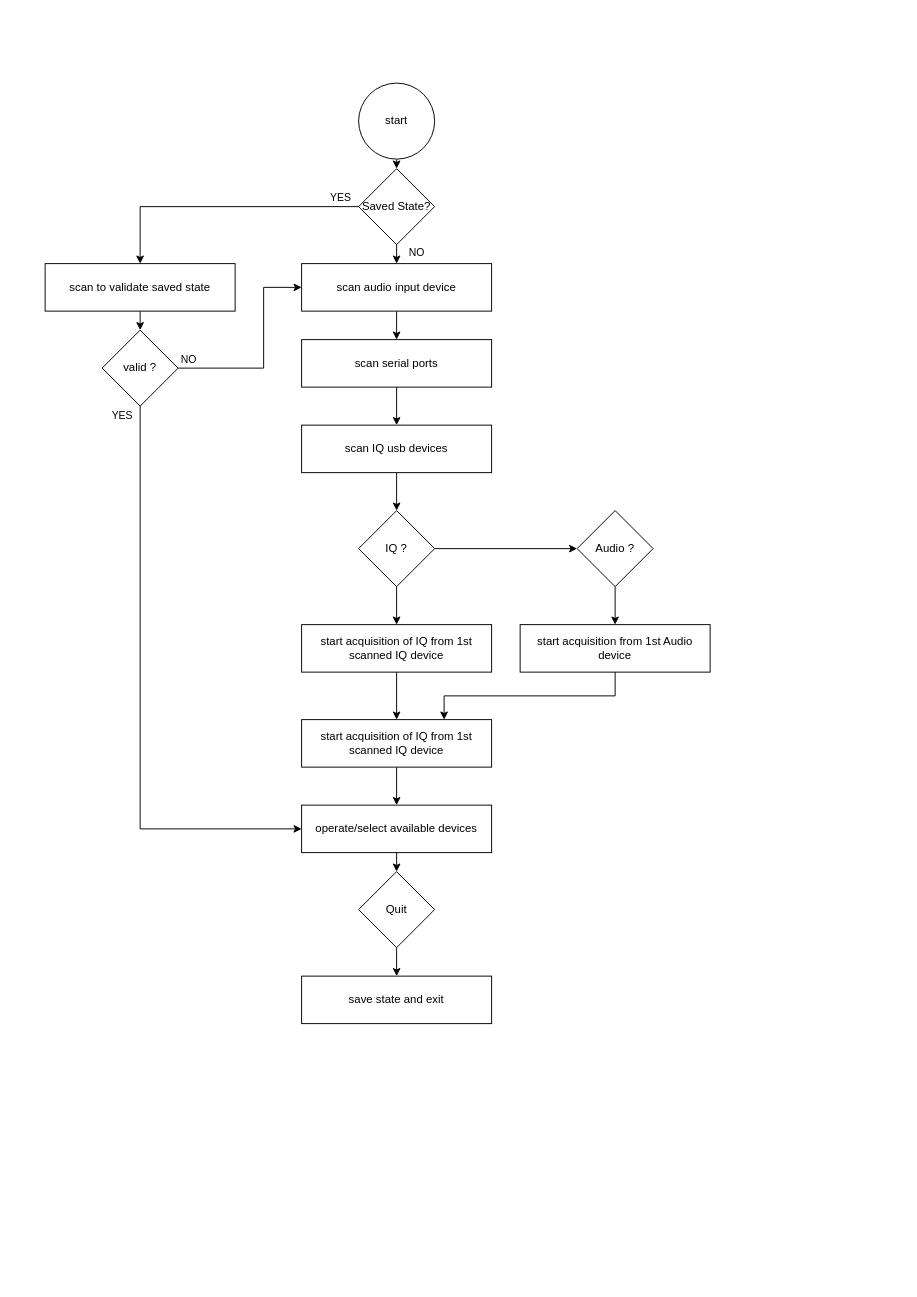
The draw.io diagram docs/CM5-sdr-backend-flowchart.drawio in dielectric-coder/efd-station, before the edit. Source tidied: cells renumbered, new cells numbered last; positions are measured from the earlier drawing's top-left corner, leaving out a move shared by most shapes. Both pictures are drawn from the tidied source at 95%, with x=0, y=0 at pixel (45, 83).
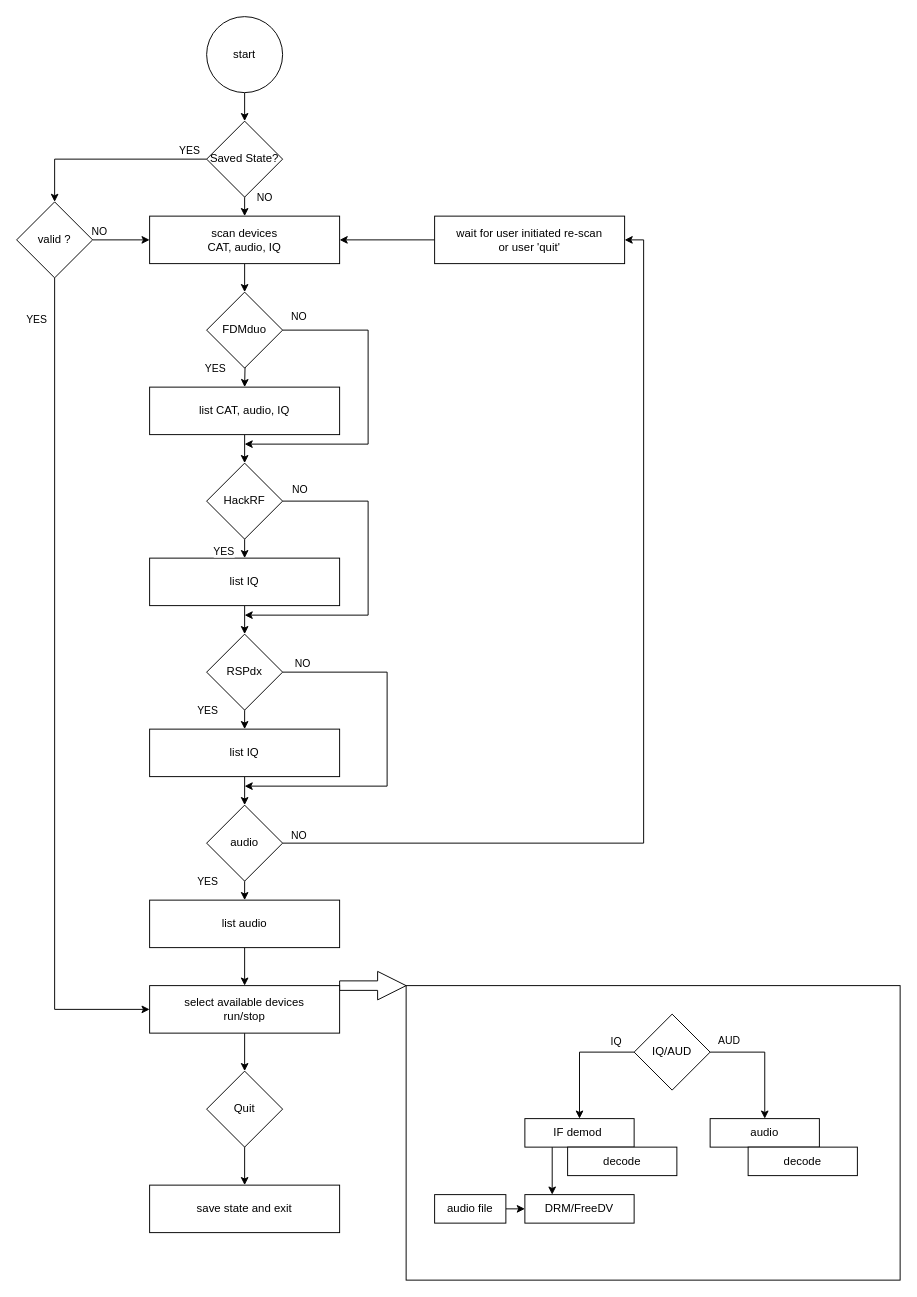
After the change.

Commit message (it also covers changes not shown here):
feat(station): 0.10.0 — runtime AUD device picker + drawio alignment

Unchanged cells that the change refers to:
```xml
<mxCell id="21" style="edgeStyle=orthogonalEdgeStyle;rounded=0;jettySize=auto;html=1;exitX=0.5;exitY=1;exitDx=0;exitDy=0;entryX=0.5;entryY=0;entryDx=0;entryDy=0;" parent="1" edge="1" source="23" target="3">
  <mxGeometry relative="1" as="geometry" />
</mxCell>
<mxCell id="35" style="edgeStyle=orthogonalEdgeStyle;rounded=0;jettySize=auto;html=1;exitX=0.5;exitY=1;exitDx=0;exitDy=0;entryX=0;entryY=0.5;entryDx=0;entryDy=0;" parent="1" edge="1" source="37" target="29">
  <mxGeometry relative="1" as="geometry" />
</mxCell>
```

The edit, as a diff of the source:
```diff
@@
+    <mxCell id="38" style="rounded=0;whiteSpace=wrap;html=1;" parent="1" vertex="1">
+      <mxGeometry x="380" y="950" width="520" height="310" as="geometry" />
+    </mxCell>
-    <mxCell id="2" style="edgeStyle=orthogonalEdgeStyle;rounded=0;jettySize=auto;html=1;exitX=0.5;exitY=1;exitDx=0;exitDy=0;entryX=0.5;entryY=0;entryDx=0;entryDy=0;" parent="1" edge="1" source="3" target="5">
-      <mxGeometry relative="1" as="geometry" />
+    <mxCell id="2" style="edgeStyle=orthogonalEdgeStyle;rounded=0;jettySize=auto;html=1;exitX=0.5;exitY=1;exitDx=0;exitDy=0;entryX=0.5;entryY=0;entryDx=0;entryDy=0;" parent="1" edge="1" source="3">
+      <mxGeometry relative="1" as="geometry">
+        <mxPoint x="210" y="220" as="targetPoint" />
+      </mxGeometry>
     </mxCell>
-    <mxCell id="3" value="scan audio input device" style="rounded=0;whiteSpace=wrap;html=1;" parent="1" vertex="1">
-      <mxGeometry x="270" y="190" width="200" height="50" as="geometry" />
+    <mxCell id="3" value="scan devices&lt;div&gt;CAT, audio, IQ&lt;/div&gt;" style="rounded=0;whiteSpace=wrap;html=1;" parent="1" vertex="1">
+      <mxGeometry x="110" y="140" width="200" height="50" as="geometry" />
     </mxCell>
-    <mxCell id="4" style="edgeStyle=orthogonalEdgeStyle;rounded=0;jettySize=auto;html=1;exitX=0.5;exitY=1;exitDx=0;exitDy=0;entryX=0.5;entryY=0;entryDx=0;entryDy=0;" parent="1" edge="1" source="5" target="7">
-      <mxGeometry relative="1" as="geometry" />
+    <mxCell id="4" style="edgeStyle=orthogonalEdgeStyle;rounded=0;jettySize=auto;html=1;exitX=0.5;exitY=1;exitDx=0;exitDy=0;entryX=0.5;entryY=0;entryDx=0;entryDy=0;" parent="1" edge="1" target="7">
+      <mxGeometry relative="1" as="geometry">
+        <mxPoint x="210" y="270" as="sourcePoint" />
+      </mxGeometry>
     </mxCell>
-    <mxCell id="5" value="scan serial ports" style="rounded=0;whiteSpace=wrap;html=1;" parent="1" vertex="1">
-      <mxGeometry x="270" y="270" width="200" height="50" as="geometry" />
-    </mxCell>
-    <mxCell id="6" style="edgeStyle=orthogonalEdgeStyle;rounded=0;jettySize=auto;html=1;exitX=0.5;exitY=1;exitDx=0;exitDy=0;entryX=0.5;entryY=0;entryDx=0;entryDy=0;" parent="1" edge="1" source="7" target="12">
-      <mxGeometry relative="1" as="geometry" />
+    <mxCell id="6" style="edgeStyle=orthogonalEdgeStyle;rounded=0;jettySize=auto;html=1;exitX=0.5;exitY=1;exitDx=0;exitDy=0;entryX=0.5;entryY=0;entryDx=0;entryDy=0;" parent="1" edge="1" source="7">
+      <mxGeometry relative="1" as="geometry">
+        <mxPoint x="210" y="400" as="targetPoint" />
+      </mxGeometry>
     </mxCell>
-    <mxCell id="7" value="scan IQ usb devices" style="rounded=0;whiteSpace=wrap;html=1;" parent="1" vertex="1">
-      <mxGeometry x="270" y="360" width="200" height="50" as="geometry" />
+    <mxCell id="7" value="list CAT, audio, IQ" style="rounded=0;whiteSpace=wrap;html=1;" parent="1" vertex="1">
+      <mxGeometry x="110" y="320" width="200" height="50" as="geometry" />
     </mxCell>
-    <mxCell id="8" style="edgeStyle=orthogonalEdgeStyle;rounded=0;jettySize=auto;html=1;exitX=0.5;exitY=1;exitDx=0;exitDy=0;entryX=0.5;entryY=0;entryDx=0;entryDy=0;" parent="1" edge="1" source="9" target="27">
-      <mxGeometry relative="1" as="geometry" />
-    </mxCell>
-    <mxCell id="9" value="start acquisition of IQ from 1st scanned IQ device" style="rounded=0;whiteSpace=wrap;html=1;" parent="1" vertex="1">
-      <mxGeometry x="270" y="570" width="200" height="50" as="geometry" />
-    </mxCell>
-    <mxCell id="10" style="edgeStyle=orthogonalEdgeStyle;rounded=0;jettySize=auto;html=1;exitX=0.5;exitY=1;exitDx=0;exitDy=0;entryX=0.5;entryY=0;entryDx=0;entryDy=0;" parent="1" edge="1" source="12" target="9">
-      <mxGeometry relative="1" as="geometry" />
-    </mxCell>
-    <mxCell id="11" style="edgeStyle=orthogonalEdgeStyle;rounded=0;jettySize=auto;html=1;exitX=1;exitY=0.5;exitDx=0;exitDy=0;entryX=0;entryY=0.5;entryDx=0;entryDy=0;" parent="1" edge="1" source="12" target="14">
-      <mxGeometry relative="1" as="geometry" />
-    </mxCell>
-    <mxCell id="12" value="IQ ?" style="rhombus;whiteSpace=wrap;html=1;" parent="1" vertex="1">
-      <mxGeometry x="330" y="450" width="80" height="80" as="geometry" />
-    </mxCell>
-    <mxCell id="13" style="edgeStyle=orthogonalEdgeStyle;rounded=0;jettySize=auto;html=1;exitX=0.5;exitY=1;exitDx=0;exitDy=0;entryX=0.5;entryY=0;entryDx=0;entryDy=0;" parent="1" edge="1" source="14" target="16">
-      <mxGeometry relative="1" as="geometry" />
-    </mxCell>
-    <mxCell id="14" value="Audio ?" style="rhombus;whiteSpace=wrap;html=1;" parent="1" vertex="1">
-      <mxGeometry x="560" y="450" width="80" height="80" as="geometry" />
-    </mxCell>
-    <mxCell id="15" style="edgeStyle=orthogonalEdgeStyle;rounded=0;jettySize=auto;html=1;exitX=0.5;exitY=1;exitDx=0;exitDy=0;entryX=0.75;entryY=0;entryDx=0;entryDy=0;" parent="1" edge="1" source="16" target="27">
-      <mxGeometry relative="1" as="geometry" />
-    </mxCell>
-    <mxCell id="16" value="start acquisition from 1st Audio device" style="rounded=0;whiteSpace=wrap;html=1;" parent="1" vertex="1">
-      <mxGeometry x="500" y="570" width="200" height="50" as="geometry" />
-    </mxCell>
@@
     <mxCell id="18" value="start" style="ellipse;whiteSpace=wrap;html=1;" parent="1" vertex="1">
-      <mxGeometry x="330" width="80" height="80" as="geometry" />
+      <mxGeometry x="170" y="-70" width="80" height="80" as="geometry" />
     </mxCell>
-    <mxCell id="19" style="edgeStyle=orthogonalEdgeStyle;rounded=0;jettySize=auto;html=1;exitX=0;exitY=0.5;exitDx=0;exitDy=0;entryX=0.5;entryY=0;entryDx=0;entryDy=0;" parent="1" edge="1" source="23" target="25">
+    <mxCell id="19" style="edgeStyle=orthogonalEdgeStyle;rounded=0;jettySize=auto;html=1;exitX=0;exitY=0.5;exitDx=0;exitDy=0;entryX=0.5;entryY=0;entryDx=0;entryDy=0;" parent="1" edge="1" source="23" target="37">
       <mxGeometry relative="1" as="geometry" />
     </mxCell>
     <mxCell id="20" value="YES" style="edgeLabel;html=1;align=center;verticalAlign=middle;" parent="19" vertex="1">
       <mxGeometry x="-0.41" y="1" relative="1" as="geometry">
-        <mxPoint x="66" y="-11" as="offset" />
+        <mxPoint x="41" y="-11" as="offset" />
       </mxGeometry>
     </mxCell>
@@
     <mxCell id="22" value="NO" style="edgeLabel;html=1;align=center;verticalAlign=middle;" parent="21" vertex="1">
       <mxGeometry x="-0.3" y="1" relative="1" as="geometry">
-        <mxPoint x="19" as="offset" />
+        <mxPoint x="19" y="-7" as="offset" />
       </mxGeometry>
     </mxCell>
     <mxCell id="23" value="Saved State?" style="rhombus;whiteSpace=wrap;html=1;" parent="1" vertex="1">
-      <mxGeometry x="330" y="90" width="80" height="80" as="geometry" />
+      <mxGeometry x="170" y="40" width="80" height="80" as="geometry" />
     </mxCell>
-    <mxCell id="24" style="edgeStyle=orthogonalEdgeStyle;rounded=0;jettySize=auto;html=1;exitX=0.5;exitY=1;exitDx=0;exitDy=0;entryX=0.5;entryY=0;entryDx=0;entryDy=0;" parent="1" edge="1" source="25" target="37">
-      <mxGeometry relative="1" as="geometry" />
-    </mxCell>
-    <mxCell id="25" value="scan to validate saved state" style="rounded=0;whiteSpace=wrap;html=1;" parent="1" vertex="1">
-      <mxGeometry y="190" width="200" height="50" as="geometry" />
-    </mxCell>
-    <mxCell id="26" style="edgeStyle=orthogonalEdgeStyle;rounded=0;jettySize=auto;html=1;exitX=0.5;exitY=1;exitDx=0;exitDy=0;entryX=0.5;entryY=0;entryDx=0;entryDy=0;" parent="1" edge="1" source="27" target="29">
-      <mxGeometry relative="1" as="geometry" />
-    </mxCell>
-    <mxCell id="27" value="start acquisition of IQ from 1st scanned IQ device" style="rounded=0;whiteSpace=wrap;html=1;" parent="1" vertex="1">
-      <mxGeometry x="270" y="670" width="200" height="50" as="geometry" />
-    </mxCell>
@@
+    <mxCell id="39" style="edgeStyle=orthogonalEdgeStyle;rounded=0;jettySize=auto;html=1;exitX=1;exitY=0;exitDx=0;exitDy=0;entryX=0;entryY=0;entryDx=0;entryDy=0;shape=arrow;" parent="1" edge="1" source="29" target="38">
+      <mxGeometry relative="1" as="geometry">
+        <Array as="points">
+          <mxPoint x="350" y="950" />
+          <mxPoint x="350" y="950" />
+        </Array>
+      </mxGeometry>
+    </mxCell>
-    <mxCell id="29" value="operate/select available devices" style="rounded=0;whiteSpace=wrap;html=1;" parent="1" vertex="1">
-      <mxGeometry x="270" y="760" width="200" height="50" as="geometry" />
+    <mxCell id="29" value="select available devices&lt;div&gt;run/stop&lt;/div&gt;" style="rounded=0;whiteSpace=wrap;html=1;" parent="1" vertex="1">
+      <mxGeometry x="110" y="950" width="200" height="50" as="geometry" />
     </mxCell>
@@
     <mxCell id="31" value="Quit" style="rhombus;whiteSpace=wrap;html=1;" parent="1" vertex="1">
-      <mxGeometry x="330" y="830" width="80" height="80" as="geometry" />
+      <mxGeometry x="170" y="1040" width="80" height="80" as="geometry" />
     </mxCell>
     <mxCell id="32" value="save state and exit" style="rounded=0;whiteSpace=wrap;html=1;" parent="1" vertex="1">
-      <mxGeometry x="270" y="940" width="200" height="50" as="geometry" />
+      <mxGeometry x="110" y="1160" width="200" height="50" as="geometry" />
     </mxCell>
     <mxCell id="33" style="edgeStyle=orthogonalEdgeStyle;rounded=0;jettySize=auto;html=1;exitX=1;exitY=0.5;exitDx=0;exitDy=0;entryX=0;entryY=0.5;entryDx=0;entryDy=0;" parent="1" edge="1" source="37" target="3">
       <mxGeometry relative="1" as="geometry">
         <Array as="points">
-          <mxPoint x="230" y="300" />
-          <mxPoint x="230" y="215" />
+          <mxPoint x="100" y="165" />
+          <mxPoint x="100" y="165" />
         </Array>
       </mxGeometry>
     </mxCell>
     <mxCell id="34" value="NO" style="edgeLabel;html=1;align=center;verticalAlign=middle;" parent="33" vertex="1">
       <mxGeometry x="-0.6" y="2" relative="1" as="geometry">
-        <mxPoint x="-33" y="-8" as="offset" />
+        <mxPoint x="-6" y="-8" as="offset" />
       </mxGeometry>
     </mxCell>
@@
     <mxCell id="36" value="YES" style="edgeLabel;html=1;align=center;verticalAlign=middle;" parent="35" vertex="1">
       <mxGeometry x="-0.65" relative="1" as="geometry">
-        <mxPoint x="-20" y="-99" as="offset" />
+        <mxPoint x="-20" y="-109" as="offset" />
       </mxGeometry>
     </mxCell>
     <mxCell id="37" value="valid ?" style="rhombus;whiteSpace=wrap;html=1;" parent="1" vertex="1">
-      <mxGeometry x="60" y="260" width="80" height="80" as="geometry" />
+      <mxGeometry x="-30" y="125" width="80" height="80" as="geometry" />
     </mxCell>
+    <mxCell id="40" style="edgeStyle=orthogonalEdgeStyle;rounded=0;jettySize=auto;html=1;exitX=1;exitY=0.5;exitDx=0;exitDy=0;" parent="1" edge="1" source="41">
+      <mxGeometry relative="1" as="geometry">
+        <mxPoint x="210" y="380" as="targetPoint" />
+        <Array as="points">
+          <mxPoint x="340" y="260" />
+          <mxPoint x="340" y="380" />
+        </Array>
+      </mxGeometry>
+    </mxCell>
+    <mxCell id="41" value="FDMduo" style="rhombus;whiteSpace=wrap;html=1;" parent="1" vertex="1">
+      <mxGeometry x="170" y="220" width="80" height="80" as="geometry" />
+    </mxCell>
+    <mxCell id="42" style="edgeStyle=orthogonalEdgeStyle;rounded=0;jettySize=auto;html=1;exitX=0.5;exitY=1;exitDx=0;exitDy=0;entryX=0.5;entryY=0;entryDx=0;entryDy=0;" parent="1" edge="1" source="44" target="46">
+      <mxGeometry relative="1" as="geometry" />
+    </mxCell>
+    <mxCell id="43" style="edgeStyle=orthogonalEdgeStyle;rounded=0;jettySize=auto;html=1;exitX=1;exitY=0.5;exitDx=0;exitDy=0;" parent="1" edge="1" source="44">
+      <mxGeometry relative="1" as="geometry">
+        <mxPoint x="210" y="560" as="targetPoint" />
+        <Array as="points">
+          <mxPoint x="340" y="440" />
+          <mxPoint x="340" y="560" />
+        </Array>
+      </mxGeometry>
+    </mxCell>
+    <mxCell id="44" value="HackRF" style="rhombus;whiteSpace=wrap;html=1;" parent="1" vertex="1">
+      <mxGeometry x="170" y="400" width="80" height="80" as="geometry" />
+    </mxCell>
+    <mxCell id="45" style="edgeStyle=orthogonalEdgeStyle;rounded=0;jettySize=auto;html=1;exitX=0.5;exitY=1;exitDx=0;exitDy=0;entryX=0.5;entryY=0;entryDx=0;entryDy=0;" parent="1" edge="1" source="46" target="49">
+      <mxGeometry relative="1" as="geometry" />
+    </mxCell>
+    <mxCell id="46" value="list IQ" style="rounded=0;whiteSpace=wrap;html=1;" parent="1" vertex="1">
+      <mxGeometry x="110" y="500" width="200" height="50" as="geometry" />
+    </mxCell>
+    <mxCell id="47" style="edgeStyle=orthogonalEdgeStyle;rounded=0;jettySize=auto;html=1;exitX=0.5;exitY=1;exitDx=0;exitDy=0;entryX=0.5;entryY=0;entryDx=0;entryDy=0;" parent="1" edge="1" source="49" target="51">
+      <mxGeometry relative="1" as="geometry" />
+    </mxCell>
+    <mxCell id="48" style="edgeStyle=orthogonalEdgeStyle;rounded=0;jettySize=auto;html=1;exitX=1;exitY=0.5;exitDx=0;exitDy=0;" parent="1" edge="1" source="49">
+      <mxGeometry relative="1" as="geometry">
+        <mxPoint x="210" y="740" as="targetPoint" />
+        <Array as="points">
+          <mxPoint x="360" y="620" />
+          <mxPoint x="360" y="740" />
+        </Array>
+      </mxGeometry>
+    </mxCell>
+    <mxCell id="49" value="RSPdx" style="rhombus;whiteSpace=wrap;html=1;" parent="1" vertex="1">
+      <mxGeometry x="170" y="580" width="80" height="80" as="geometry" />
+    </mxCell>
+    <mxCell id="50" style="edgeStyle=orthogonalEdgeStyle;rounded=0;jettySize=auto;html=1;exitX=0.5;exitY=1;exitDx=0;exitDy=0;entryX=0.5;entryY=0;entryDx=0;entryDy=0;" parent="1" edge="1" source="51" target="57">
+      <mxGeometry relative="1" as="geometry" />
+    </mxCell>
+    <mxCell id="51" value="list IQ" style="rounded=0;whiteSpace=wrap;html=1;" parent="1" vertex="1">
+      <mxGeometry x="110" y="680" width="200" height="50" as="geometry" />
+    </mxCell>
+    <mxCell id="52" value="YES" style="edgeLabel;html=1;align=center;verticalAlign=middle;" parent="1" vertex="1">
+      <mxGeometry x="80" y="240" as="geometry">
+        <mxPoint x="98" y="60" as="offset" />
+      </mxGeometry>
+    </mxCell>
+    <mxCell id="53" value="YES" style="edgeLabel;html=1;align=center;verticalAlign=middle;" parent="1" vertex="1">
+      <mxGeometry x="60" y="490" as="geometry">
+        <mxPoint x="127" y="2" as="offset" />
+      </mxGeometry>
+    </mxCell>
+    <mxCell id="54" value="YES" style="edgeLabel;html=1;align=center;verticalAlign=middle;" parent="1" vertex="1">
+      <mxGeometry x="170" y="660" as="geometry" />
+    </mxCell>
+    <mxCell id="55" style="edgeStyle=orthogonalEdgeStyle;rounded=0;jettySize=auto;html=1;exitX=0.5;exitY=1;exitDx=0;exitDy=0;entryX=0.5;entryY=0;entryDx=0;entryDy=0;" parent="1" edge="1" source="57" target="59">
+      <mxGeometry relative="1" as="geometry" />
+    </mxCell>
+    <mxCell id="56" style="edgeStyle=orthogonalEdgeStyle;rounded=0;jettySize=auto;html=1;exitX=1;exitY=0.5;exitDx=0;exitDy=0;entryX=1;entryY=0.5;entryDx=0;entryDy=0;" parent="1" edge="1" source="57" target="62">
+      <mxGeometry relative="1" as="geometry" />
+    </mxCell>
+    <mxCell id="57" value="audio" style="rhombus;whiteSpace=wrap;html=1;" parent="1" vertex="1">
+      <mxGeometry x="170" y="760" width="80" height="80" as="geometry" />
+    </mxCell>
+    <mxCell id="58" style="edgeStyle=orthogonalEdgeStyle;rounded=0;jettySize=auto;html=1;exitX=0.5;exitY=1;exitDx=0;exitDy=0;entryX=0.5;entryY=0;entryDx=0;entryDy=0;" parent="1" edge="1" source="59" target="29">
+      <mxGeometry relative="1" as="geometry" />
+    </mxCell>
+    <mxCell id="59" value="list audio" style="rounded=0;whiteSpace=wrap;html=1;" parent="1" vertex="1">
+      <mxGeometry x="110" y="860" width="200" height="50" as="geometry" />
+    </mxCell>
+    <mxCell id="60" value="YES" style="edgeLabel;html=1;align=center;verticalAlign=middle;" parent="1" vertex="1">
+      <mxGeometry x="170" y="840" as="geometry" />
+    </mxCell>
+    <mxCell id="61" style="edgeStyle=orthogonalEdgeStyle;rounded=0;jettySize=auto;html=1;exitX=0;exitY=0.5;exitDx=0;exitDy=0;entryX=1;entryY=0.5;entryDx=0;entryDy=0;" parent="1" edge="1" source="62" target="3">
+      <mxGeometry relative="1" as="geometry" />
+    </mxCell>
+    <mxCell id="62" value="wait for user initiated re-scan&lt;div&gt;or user 'quit'&lt;/div&gt;" style="rounded=0;whiteSpace=wrap;html=1;" parent="1" vertex="1">
+      <mxGeometry x="410" y="140" width="200" height="50" as="geometry" />
+    </mxCell>
+    <mxCell id="63" value="NO" style="edgeLabel;html=1;align=center;verticalAlign=middle;" parent="1" vertex="1">
+      <mxGeometry x="230" y="110" as="geometry">
+        <mxPoint x="36" y="135" as="offset" />
+      </mxGeometry>
+    </mxCell>
+    <mxCell id="64" value="NO" style="edgeLabel;html=1;align=center;verticalAlign=middle;" parent="1" vertex="1">
+      <mxGeometry x="190" y="380" as="geometry">
+        <mxPoint x="77" y="47" as="offset" />
+      </mxGeometry>
+    </mxCell>
+    <mxCell id="65" value="NO" style="edgeLabel;html=1;align=center;verticalAlign=middle;" parent="1" vertex="1">
+      <mxGeometry x="270" y="610" as="geometry" />
+    </mxCell>
+    <mxCell id="66" value="NO" style="edgeLabel;html=1;align=center;verticalAlign=middle;" parent="1" vertex="1">
+      <mxGeometry x="220" y="780" as="geometry">
+        <mxPoint x="46" y="11" as="offset" />
+      </mxGeometry>
+    </mxCell>
+    <mxCell id="67" style="edgeStyle=orthogonalEdgeStyle;rounded=0;jettySize=auto;html=1;exitX=1;exitY=0.5;exitDx=0;exitDy=0;entryX=0;entryY=0.5;entryDx=0;entryDy=0;" parent="1" edge="1" source="68" target="75">
+      <mxGeometry relative="1" as="geometry" />
+    </mxCell>
+    <mxCell id="68" value="audio file" style="rounded=0;whiteSpace=wrap;html=1;" parent="1" vertex="1">
+      <mxGeometry x="410" y="1170" width="75" height="30" as="geometry" />
+    </mxCell>
+    <mxCell id="69" style="edgeStyle=orthogonalEdgeStyle;rounded=0;jettySize=auto;html=1;exitX=0.25;exitY=1;exitDx=0;exitDy=0;entryX=0.25;entryY=0;entryDx=0;entryDy=0;" parent="1" edge="1" source="70" target="75">
+      <mxGeometry relative="1" as="geometry" />
+    </mxCell>
+    <mxCell id="70" value="IF demod&amp;nbsp;" style="rounded=0;whiteSpace=wrap;html=1;" parent="1" vertex="1">
+      <mxGeometry x="505" y="1090" width="115" height="30" as="geometry" />
+    </mxCell>
+    <mxCell id="71" value="audio" style="rounded=0;whiteSpace=wrap;html=1;" parent="1" vertex="1">
+      <mxGeometry x="700" y="1090" width="115" height="30" as="geometry" />
+    </mxCell>
+    <mxCell id="72" style="edgeStyle=orthogonalEdgeStyle;rounded=0;jettySize=auto;html=1;exitX=0;exitY=0.5;exitDx=0;exitDy=0;entryX=0.5;entryY=0;entryDx=0;entryDy=0;" parent="1" edge="1" source="74" target="70">
+      <mxGeometry relative="1" as="geometry" />
+    </mxCell>
+    <mxCell id="73" style="edgeStyle=orthogonalEdgeStyle;rounded=0;jettySize=auto;html=1;exitX=1;exitY=0.5;exitDx=0;exitDy=0;entryX=0.5;entryY=0;entryDx=0;entryDy=0;" parent="1" edge="1" source="74" target="71">
+      <mxGeometry relative="1" as="geometry" />
+    </mxCell>
+    <mxCell id="74" value="IQ/AUD" style="rhombus;whiteSpace=wrap;html=1;" parent="1" vertex="1">
+      <mxGeometry x="620" y="980" width="80" height="80" as="geometry" />
+    </mxCell>
+    <mxCell id="75" value="DRM/FreeDV" style="rounded=0;whiteSpace=wrap;html=1;" parent="1" vertex="1">
+      <mxGeometry x="505" y="1170" width="115" height="30" as="geometry" />
+    </mxCell>
+    <mxCell id="76" value="decode" style="rounded=0;whiteSpace=wrap;html=1;" parent="1" vertex="1">
+      <mxGeometry x="740" y="1120" width="115" height="30" as="geometry" />
+    </mxCell>
+    <mxCell id="77" value="decode" style="rounded=0;whiteSpace=wrap;html=1;" parent="1" vertex="1">
+      <mxGeometry x="550" y="1120" width="115" height="30" as="geometry" />
+    </mxCell>
+    <mxCell id="78" value="IQ" style="edgeLabel;html=1;align=center;verticalAlign=middle;" parent="1" vertex="1">
+      <mxGeometry x="600" y="1010" as="geometry">
+        <mxPoint y="-2" as="offset" />
+      </mxGeometry>
+    </mxCell>
+    <mxCell id="79" value="AUD" style="edgeLabel;html=1;align=center;verticalAlign=middle;" parent="1" vertex="1">
+      <mxGeometry x="720" y="930" as="geometry">
+        <mxPoint x="-1" y="77" as="offset" />
+      </mxGeometry>
+    </mxCell>
```
